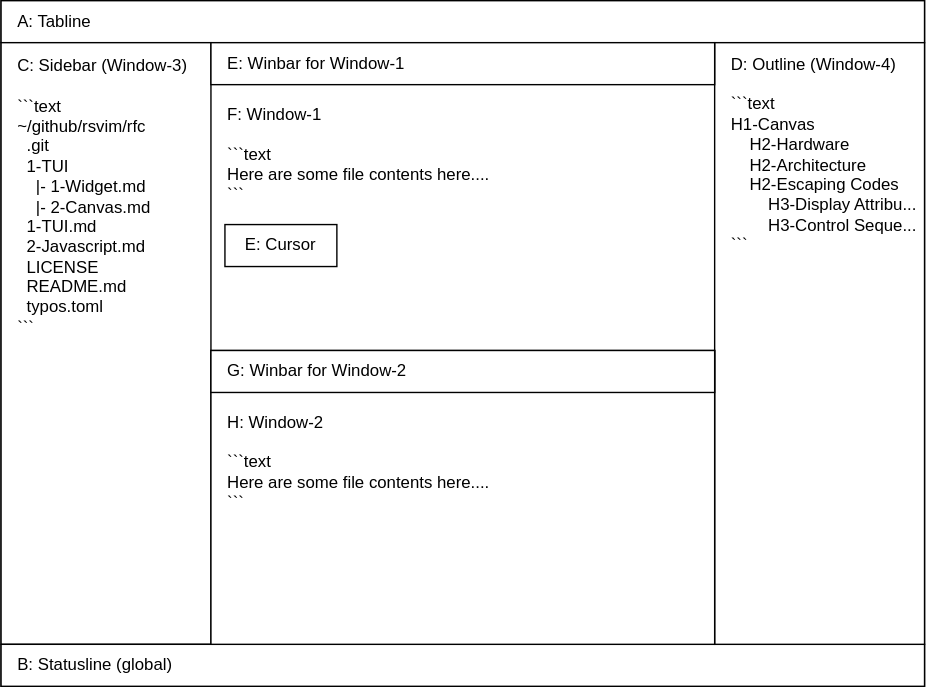
Above: images/1-TUI-2-Canvas.2.drawio.svg in rsvim/rfc (draw.io), before the change. Source tidied: cells renumbered, new cells last; positions are measured from the earlier drawing's top-left corner, leaving out a move shared by most shapes. The source it was exported from:
````xml
<mxGraphModel>
  <root>
    <mxCell id="0" />
    <mxCell id="1" parent="0" />
    <mxCell id="2" style="rounded=0;whiteSpace=wrap;html=1;" parent="1" vertex="1">
      <mxGeometry width="660" height="490" as="geometry" />
    </mxCell>
    <mxCell id="3" style="rounded=0;whiteSpace=wrap;html=1;" parent="1" vertex="1">
      <mxGeometry width="660" height="30" as="geometry" />
    </mxCell>
    <mxCell id="4" style="rounded=0;whiteSpace=wrap;html=1;" parent="1" vertex="1">
      <mxGeometry y="30" width="150" height="430" as="geometry" />
    </mxCell>
    <mxCell id="5" style="rounded=0;whiteSpace=wrap;html=1;" parent="1" vertex="1">
      <mxGeometry y="460" width="660" height="30" as="geometry" />
    </mxCell>
    <mxCell id="6" value="A: Tabline" style="text;html=1;align=left;verticalAlign=middle;whiteSpace=wrap;rounded=0;" parent="1" vertex="1">
      <mxGeometry x="10" width="80" height="30" as="geometry" />
    </mxCell>
    <mxCell id="7" value="B: Statusline (global)" style="text;html=1;align=left;verticalAlign=middle;whiteSpace=wrap;rounded=0;" parent="1" vertex="1">
      <mxGeometry x="10" y="460" width="140" height="30" as="geometry" />
    </mxCell>
    <mxCell id="8" value="C: Sidebar (Window-3)&lt;br&gt;&lt;br&gt;```text&lt;div&gt;~/github/rsvim/rfc&lt;/div&gt;&lt;div&gt;&amp;nbsp; .git&lt;/div&gt;&lt;div&gt;&amp;nbsp; 1-TUI&lt;/div&gt;&lt;div&gt;&amp;nbsp; &amp;nbsp; |- 1-Widget.md&lt;/div&gt;&lt;div&gt;&amp;nbsp; &amp;nbsp; |- 2-Canvas.md&lt;/div&gt;&lt;div&gt;&amp;nbsp; 1-TUI.md&lt;/div&gt;&lt;div&gt;&amp;nbsp; 2-Javascript.md&lt;/div&gt;&lt;div&gt;&amp;nbsp; LICENSE&lt;/div&gt;&lt;div&gt;&amp;nbsp; README.md&lt;/div&gt;&lt;div&gt;&amp;nbsp; typos.toml&lt;br&gt;&lt;div&gt;&lt;div&gt;```&lt;/div&gt;&lt;/div&gt;&lt;/div&gt;" style="text;html=1;align=left;verticalAlign=middle;whiteSpace=wrap;rounded=0;" parent="1" vertex="1">
      <mxGeometry x="10" y="30" width="140" height="220" as="geometry" />
    </mxCell>
    <mxCell id="9" value="F: Window-1&lt;br&gt;&lt;br&gt;```text&lt;div&gt;Here are some file contents here....&lt;/div&gt;&lt;div&gt;&lt;div&gt;```&lt;/div&gt;&lt;/div&gt;" style="text;html=1;align=left;verticalAlign=middle;whiteSpace=wrap;rounded=0;" parent="1" vertex="1">
      <mxGeometry x="160" y="60" width="320" height="100" as="geometry" />
    </mxCell>
    <mxCell id="10" value="E: Cursor" style="rounded=0;whiteSpace=wrap;html=1;" parent="1" vertex="1">
      <mxGeometry x="160" y="160" width="80" height="30" as="geometry" />
    </mxCell>
    <mxCell id="11" style="rounded=0;whiteSpace=wrap;html=1;" parent="1" vertex="1">
      <mxGeometry x="510" y="30" width="150" height="430" as="geometry" />
    </mxCell>
    <mxCell id="12" value="D: Outline (Window-4)&lt;br&gt;&lt;br&gt;```text&lt;div&gt;H1-Canvas&lt;/div&gt;&lt;div&gt;&amp;nbsp; &amp;nbsp; H2-Hardware&lt;/div&gt;&lt;div&gt;&amp;nbsp; &amp;nbsp; H2-Architecture&lt;/div&gt;&lt;div&gt;&amp;nbsp; &amp;nbsp; H2-Escaping Codes&lt;/div&gt;&lt;div&gt;&amp;nbsp; &amp;nbsp; &amp;nbsp; &amp;nbsp; H3-Display Attribu...&lt;/div&gt;&lt;div&gt;&amp;nbsp; &amp;nbsp; &amp;nbsp; &amp;nbsp; H3-Control Seque...&lt;/div&gt;&lt;div&gt;&lt;div&gt;&lt;div&gt;```&lt;/div&gt;&lt;/div&gt;&lt;/div&gt;" style="text;html=1;align=left;verticalAlign=middle;whiteSpace=wrap;rounded=0;" parent="1" vertex="1">
      <mxGeometry x="520" y="30" width="140" height="160" as="geometry" />
    </mxCell>
    <mxCell id="13" style="rounded=0;whiteSpace=wrap;html=1;" parent="1" vertex="1">
      <mxGeometry x="150" y="250" width="360" height="210" as="geometry" />
    </mxCell>
    <mxCell id="14" style="rounded=0;whiteSpace=wrap;html=1;" parent="1" vertex="1">
      <mxGeometry x="150" y="250" width="360" height="30" as="geometry" />
    </mxCell>
    <mxCell id="15" style="rounded=0;whiteSpace=wrap;html=1;" parent="1" vertex="1">
      <mxGeometry x="150" y="30" width="360" height="30" as="geometry" />
    </mxCell>
    <mxCell id="16" value="E: Winbar for Window-1" style="text;html=1;align=left;verticalAlign=middle;whiteSpace=wrap;rounded=0;" parent="1" vertex="1">
      <mxGeometry x="160" y="30" width="150" height="30" as="geometry" />
    </mxCell>
    <mxCell id="17" value="G: Winbar for Window-2" style="text;html=1;align=left;verticalAlign=middle;whiteSpace=wrap;rounded=0;" parent="1" vertex="1">
      <mxGeometry x="160" y="250" width="150" height="30" as="geometry" />
    </mxCell>
    <mxCell id="18" value="H: Window-2&lt;br&gt;&lt;br&gt;```text&lt;div&gt;Here are some file contents here....&lt;/div&gt;&lt;div&gt;&lt;div&gt;```&lt;/div&gt;&lt;/div&gt;" style="text;html=1;align=left;verticalAlign=middle;whiteSpace=wrap;rounded=0;" parent="1" vertex="1">
      <mxGeometry x="160" y="280" width="320" height="100" as="geometry" />
    </mxCell>
  </root>
</mxGraphModel>
````
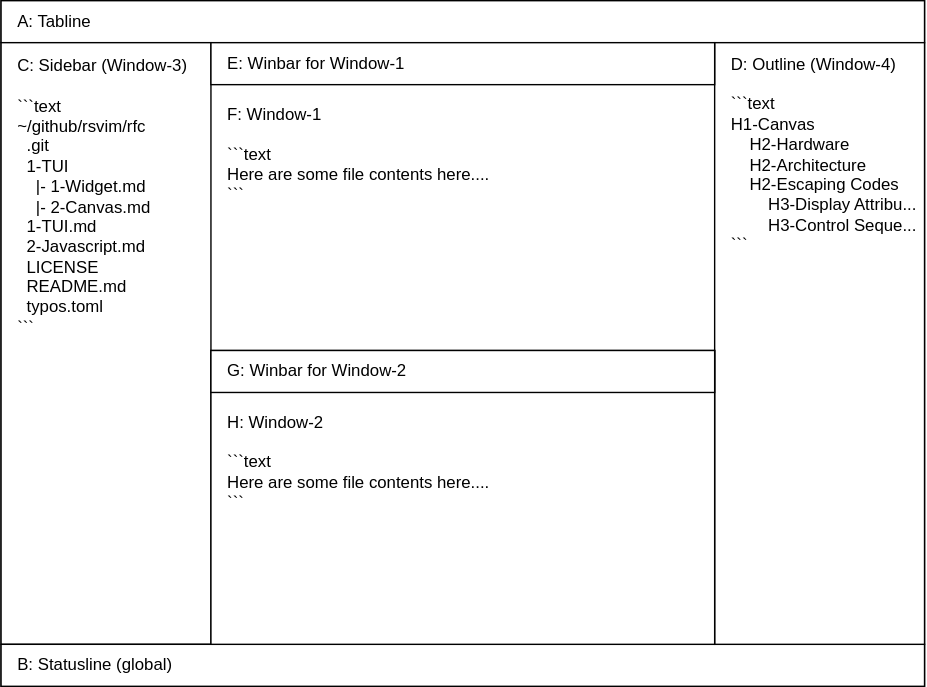
After the commit.

Diff of the diagram source:
````diff
@@ -26,9 +26,6 @@
     <mxCell id="9" value="F: Window-1&lt;br&gt;&lt;br&gt;```text&lt;div&gt;Here are some file contents here....&lt;/div&gt;&lt;div&gt;&lt;div&gt;```&lt;/div&gt;&lt;/div&gt;" style="text;html=1;align=left;verticalAlign=middle;whiteSpace=wrap;rounded=0;" parent="1" vertex="1">
       <mxGeometry x="160" y="60" width="320" height="100" as="geometry" />
     </mxCell>
-    <mxCell id="10" value="E: Cursor" style="rounded=0;whiteSpace=wrap;html=1;" parent="1" vertex="1">
-      <mxGeometry x="160" y="160" width="80" height="30" as="geometry" />
-    </mxCell>
     <mxCell id="11" style="rounded=0;whiteSpace=wrap;html=1;" parent="1" vertex="1">
       <mxGeometry x="510" y="30" width="150" height="430" as="geometry" />
     </mxCell>
````
